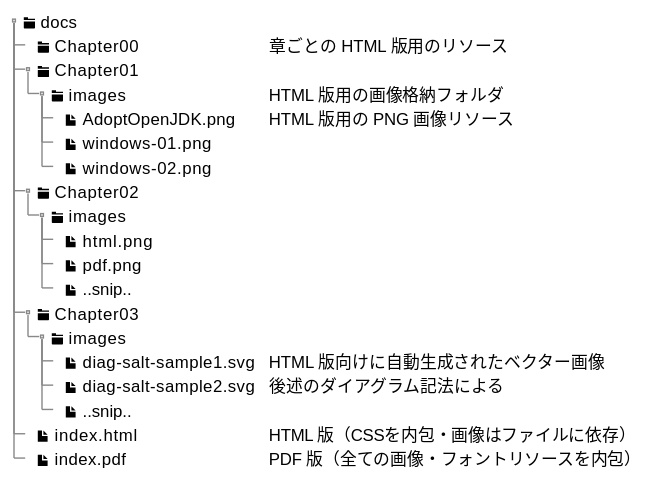
Earlier version of the PlantUML export docs/Chapter02/images/directory-structure-1.svg (h1romas4/asciidoctor-gradle-template). Its source is kept beside it as src/docs/asciidoc/Chapter02/puml/directory-structure-1.puml. The source it was exported from:
```plantuml
@startsalt directory-structure-1
{
{T
 + <&folder> docs
 ++ <&folder> Chapter00                | 章ごとの HTML 版用のリソース
 ++ <&folder> Chapter01
 +++ <&folder> images                  | HTML 版用の画像格納フォルダ
 ++++ <&file> AdoptOpenJDK.png         | HTML 版用の PNG 画像リソース
 ++++ <&file> windows-01.png
 ++++ <&file> windows-02.png
 ++ <&folder> Chapter02
 +++ <&folder> images
 ++++ <&file> html.png
 ++++ <&file> pdf.png
 ++++ <&file> ..snip..
 ++ <&folder> Chapter03
 +++ <&folder> images
 ++++ <&file> diag-salt-sample1.svg    | HTML 版向けに自動生成されたベクター画像
 ++++ <&file> diag-salt-sample2.svg    | 後述のダイアグラム記法による
 ++++ <&file> ..snip..
 ++ <&file> index.html                 | HTML 版（CSSを内包・画像はファイルに依存）
 ++ <&file> index.pdf                  | PDF 版（全ての画像・フォントリソースを内包）
}
}
@endsalt
```
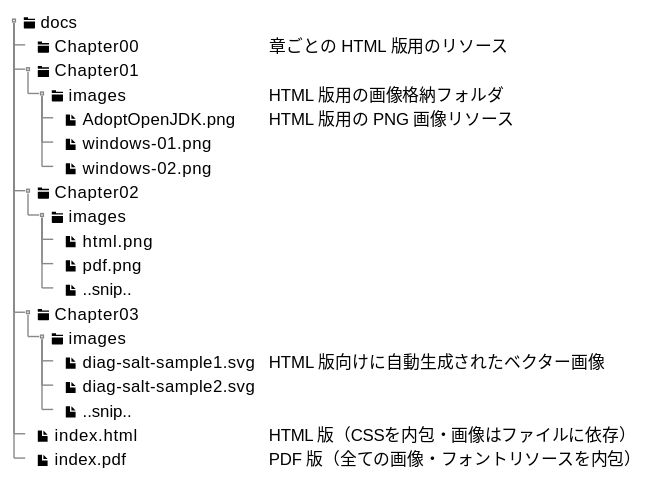
After the change.

Change to the diagram source:
```diff
@@ -16,7 +16,7 @@
  ++ <&folder> Chapter03
  +++ <&folder> images
  ++++ <&file> diag-salt-sample1.svg    | HTML 版向けに自動生成されたベクター画像
- ++++ <&file> diag-salt-sample2.svg    | 後述のダイアグラム記法による
+ ++++ <&file> diag-salt-sample2.svg
  ++++ <&file> ..snip..
  ++ <&file> index.html                 | HTML 版（CSSを内包・画像はファイルに依存）
  ++ <&file> index.pdf                  | PDF 版（全ての画像・フォントリソースを内包）
```
